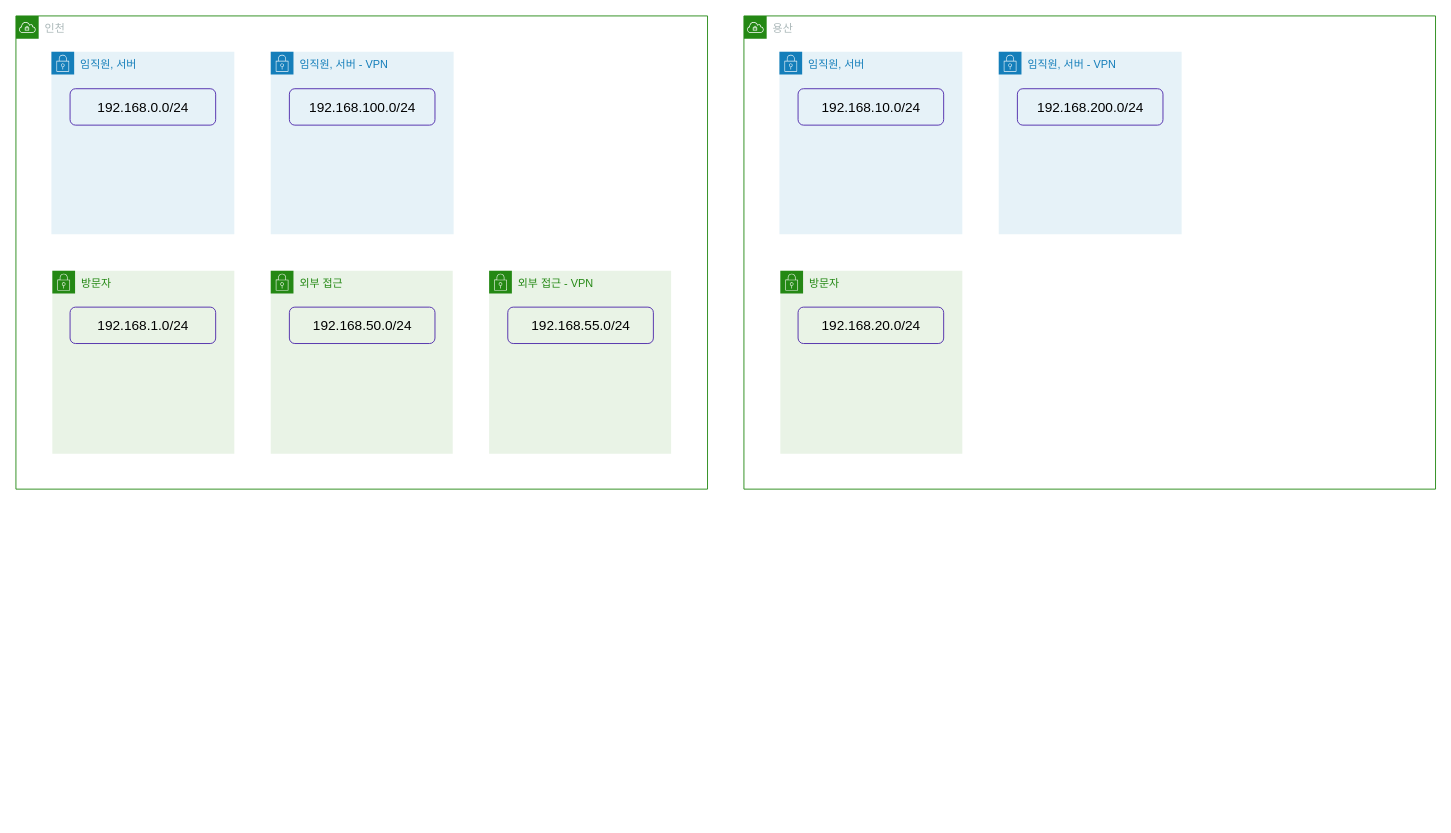
The draw.io diagram page "As-Is" (1 of 2) of 네트워크.drawio in junho-nam/drawio, before the edit. Source tidied: cells renumbered, new cells numbered last; positions are measured from the earlier drawing's top-left corner, leaving out a move shared by most shapes. Both pictures are drawn from the tidied source at 91%, with x=0, y=0 at pixel (15, 15).
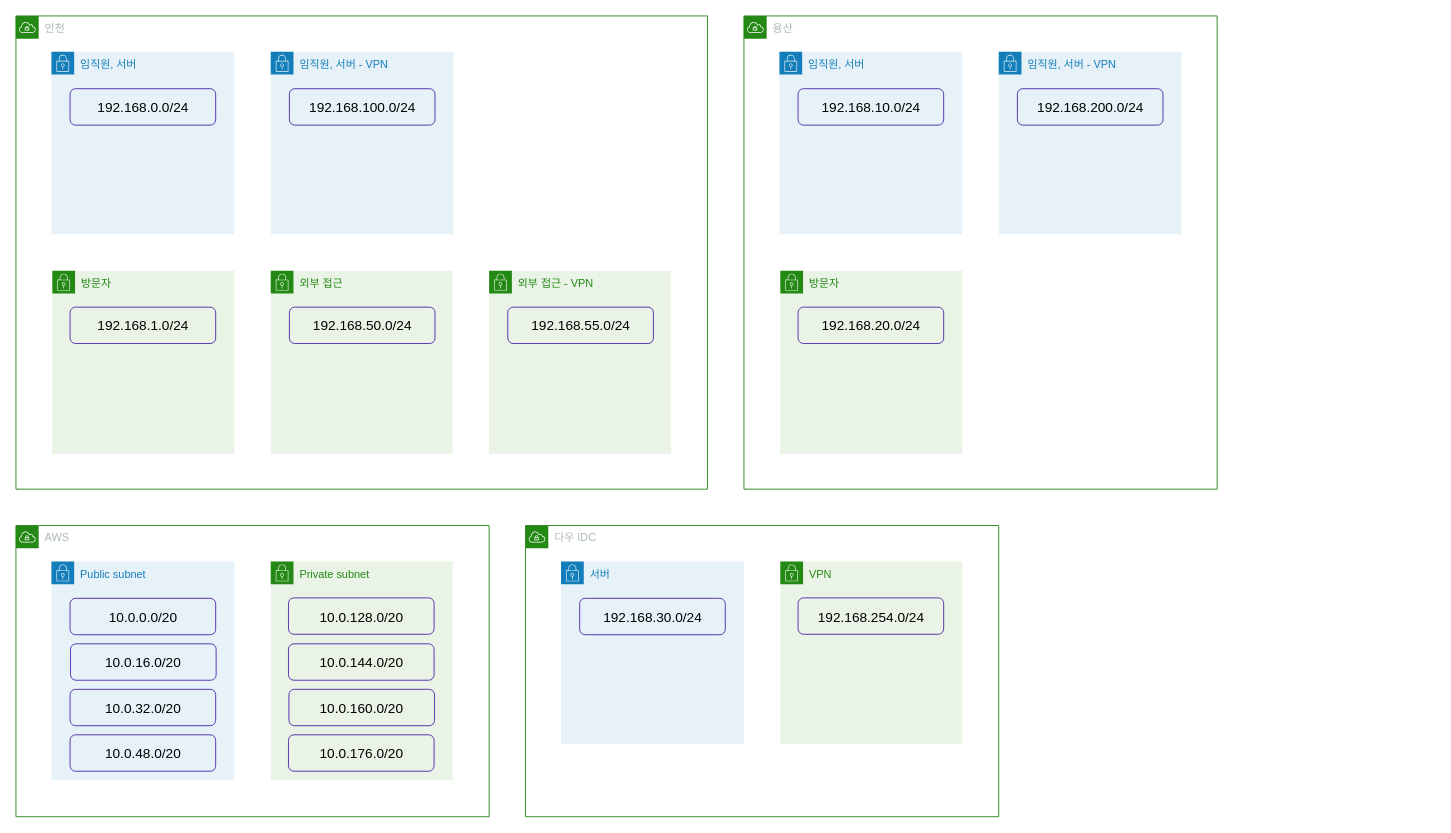
The same page after the edit.

Commit message:
네트워크.drawio 업데이트

Diff of the diagram source:
```diff
@@
     <mxCell id="13" value="용산" style="gradientColor=none;html=1;whiteSpace=wrap;fontSize=12;fontStyle=0;shape=mxgraph.aws4.group;grIcon=mxgraph.aws4.group_vpc;strokeColor=#248814;fillColor=none;verticalAlign=top;align=left;spacingLeft=30;fontColor=#AAB7B8;dashed=0;rounded=1;shadow=0;glass=0;sketch=0;strokeWidth=1;" parent="1" vertex="1">
-      <mxGeometry x="800" width="760" height="520" as="geometry" />
+      <mxGeometry x="800" width="520" height="520" as="geometry" />
     </mxCell>
@@
+    <mxCell id="20" value="AWS" style="gradientColor=none;html=1;whiteSpace=wrap;fontSize=12;fontStyle=0;shape=mxgraph.aws4.group;grIcon=mxgraph.aws4.group_vpc;strokeColor=#248814;fillColor=none;verticalAlign=top;align=left;spacingLeft=30;fontColor=#AAB7B8;dashed=0;rounded=1;shadow=0;glass=0;sketch=0;strokeWidth=1;" parent="1" vertex="1">
+      <mxGeometry y="560" width="520" height="320" as="geometry" />
+    </mxCell>
+    <mxCell id="21" value="Public subnet" style="gradientColor=none;html=1;whiteSpace=wrap;fontSize=12;fontStyle=0;shape=mxgraph.aws4.group;grIcon=mxgraph.aws4.group_security_group;grStroke=0;strokeColor=#147EBA;fillColor=#E6F2F8;verticalAlign=top;align=left;spacingLeft=30;fontColor=#147EBA;dashed=0;rounded=1;shadow=0;glass=0;sketch=0;strokeWidth=1;" parent="20" vertex="1">
+      <mxGeometry x="39" y="39.5" width="201" height="240.5" as="geometry" />
+    </mxCell>
+    <mxCell id="22" value="&lt;font style=&quot;font-size: 15px;&quot;&gt;10.0.0.0/20&lt;/font&gt;" style="rounded=1;whiteSpace=wrap;html=1;fillColor=none;strokeWidth=1;strokeColor=#4d27aa;glass=0;shadow=0;" parent="21" vertex="1">
+      <mxGeometry x="20.5" y="40.5" width="160" height="40" as="geometry" />
+    </mxCell>
+    <mxCell id="23" value="&lt;font style=&quot;font-size: 15px;&quot;&gt;10.0.16.0/20&lt;/font&gt;" style="rounded=1;whiteSpace=wrap;html=1;fillColor=none;strokeWidth=1;strokeColor=#4d27aa;glass=0;shadow=0;" parent="21" vertex="1">
+      <mxGeometry x="21" y="90.5" width="160" height="40" as="geometry" />
+    </mxCell>
+    <mxCell id="24" value="&lt;font style=&quot;font-size: 15px;&quot;&gt;10.0.32.0/20&lt;/font&gt;" style="rounded=1;whiteSpace=wrap;html=1;fillColor=none;strokeWidth=1;strokeColor=#4d27aa;glass=0;shadow=0;" parent="21" vertex="1">
+      <mxGeometry x="20.5" y="140.5" width="160" height="40" as="geometry" />
+    </mxCell>
+    <mxCell id="25" value="Private subnet" style="gradientColor=none;html=1;whiteSpace=wrap;fontSize=12;fontStyle=0;shape=mxgraph.aws4.group;grIcon=mxgraph.aws4.group_security_group;grStroke=0;strokeColor=#248814;fillColor=#E9F3E6;verticalAlign=top;align=left;spacingLeft=30;fontColor=#248814;dashed=0;rounded=1;shadow=0;glass=0;sketch=0;strokeWidth=1;" parent="20" vertex="1">
+      <mxGeometry x="280" y="39.5" width="200" height="240.5" as="geometry" />
+    </mxCell>
+    <mxCell id="26" value="&lt;font style=&quot;font-size: 15px;&quot;&gt;10.0.128.0/20&lt;/font&gt;" style="rounded=1;whiteSpace=wrap;html=1;fillColor=none;strokeWidth=1;strokeColor=#4d27aa;glass=0;shadow=0;" parent="25" vertex="1">
+      <mxGeometry x="19.5" y="40" width="160" height="40" as="geometry" />
+    </mxCell>
+    <mxCell id="27" value="&lt;font style=&quot;font-size: 15px;&quot;&gt;10.0.144.0/20&lt;/font&gt;" style="rounded=1;whiteSpace=wrap;html=1;fillColor=none;strokeWidth=1;strokeColor=#4d27aa;glass=0;shadow=0;" parent="25" vertex="1">
+      <mxGeometry x="19.5" y="90.5" width="160" height="40" as="geometry" />
+    </mxCell>
+    <mxCell id="28" value="&lt;font style=&quot;font-size: 15px;&quot;&gt;10.0.160.0/20&lt;/font&gt;" style="rounded=1;whiteSpace=wrap;html=1;fillColor=none;strokeWidth=1;strokeColor=#4d27aa;glass=0;shadow=0;" parent="25" vertex="1">
+      <mxGeometry x="20" y="140.5" width="160" height="40" as="geometry" />
+    </mxCell>
+    <mxCell id="29" value="&lt;font style=&quot;font-size: 15px;&quot;&gt;10.0.176.0/20&lt;/font&gt;" style="rounded=1;whiteSpace=wrap;html=1;fillColor=none;strokeWidth=1;strokeColor=#4d27aa;glass=0;shadow=0;" parent="25" vertex="1">
+      <mxGeometry x="19.5" y="190.5" width="160" height="40" as="geometry" />
+    </mxCell>
+    <mxCell id="30" value="&lt;font style=&quot;font-size: 15px;&quot;&gt;10.0.48.0/20&lt;/font&gt;" style="rounded=1;whiteSpace=wrap;html=1;fillColor=none;strokeWidth=1;strokeColor=#4d27aa;glass=0;shadow=0;" parent="20" vertex="1">
+      <mxGeometry x="59.5" y="230" width="160" height="40" as="geometry" />
+    </mxCell>
+    <mxCell id="31" value="다우 IDC" style="gradientColor=none;html=1;whiteSpace=wrap;fontSize=12;fontStyle=0;shape=mxgraph.aws4.group;grIcon=mxgraph.aws4.group_vpc;strokeColor=#248814;fillColor=none;verticalAlign=top;align=left;spacingLeft=30;fontColor=#AAB7B8;dashed=0;rounded=1;shadow=0;glass=0;sketch=0;strokeWidth=1;" parent="1" vertex="1">
+      <mxGeometry x="560" y="560" width="520" height="320" as="geometry" />
+    </mxCell>
+    <mxCell id="32" value="서버" style="gradientColor=none;html=1;whiteSpace=wrap;fontSize=12;fontStyle=0;shape=mxgraph.aws4.group;grIcon=mxgraph.aws4.group_security_group;grStroke=0;strokeColor=#147EBA;fillColor=#E6F2F8;verticalAlign=top;align=left;spacingLeft=30;fontColor=#147EBA;dashed=0;rounded=1;shadow=0;glass=0;sketch=0;strokeWidth=1;" parent="31" vertex="1">
+      <mxGeometry x="39" y="39.5" width="201" height="200.5" as="geometry" />
+    </mxCell>
+    <mxCell id="33" value="&lt;font style=&quot;font-size: 15px;&quot;&gt;192.168.30.0/24&lt;/font&gt;" style="rounded=1;whiteSpace=wrap;html=1;fillColor=none;strokeWidth=1;strokeColor=#4d27aa;glass=0;shadow=0;" parent="32" vertex="1">
+      <mxGeometry x="20.5" y="40.5" width="160" height="40" as="geometry" />
+    </mxCell>
+    <mxCell id="34" value="VPN" style="gradientColor=none;html=1;whiteSpace=wrap;fontSize=12;fontStyle=0;shape=mxgraph.aws4.group;grIcon=mxgraph.aws4.group_security_group;grStroke=0;strokeColor=#248814;fillColor=#E9F3E6;verticalAlign=top;align=left;spacingLeft=30;fontColor=#248814;dashed=0;rounded=1;shadow=0;glass=0;sketch=0;strokeWidth=1;" parent="31" vertex="1">
+      <mxGeometry x="280" y="39.5" width="200" height="200.5" as="geometry" />
+    </mxCell>
+    <mxCell id="35" value="&lt;font style=&quot;font-size: 15px;&quot;&gt;192.168.254.0/24&lt;/font&gt;" style="rounded=1;whiteSpace=wrap;html=1;fillColor=none;strokeWidth=1;strokeColor=#4d27aa;glass=0;shadow=0;" parent="34" vertex="1">
+      <mxGeometry x="19.5" y="40" width="160" height="40" as="geometry" />
+    </mxCell>
```
